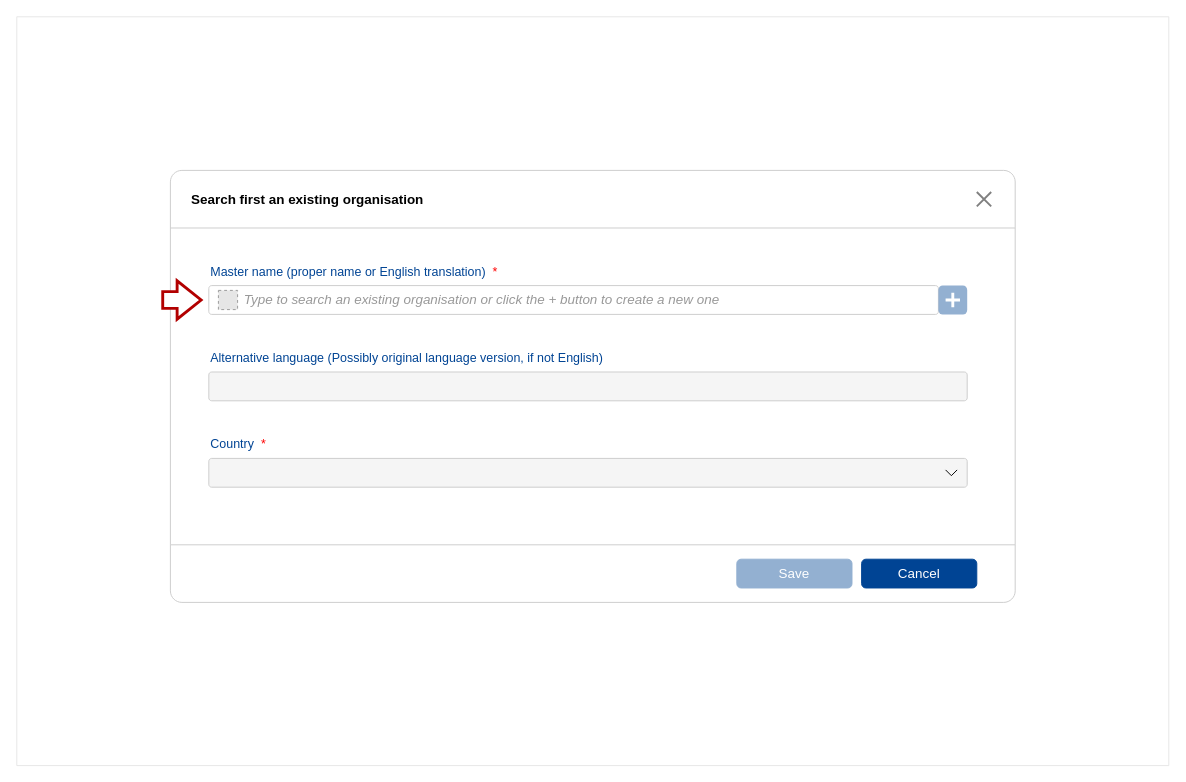
The draw.io diagram page "Page-Affiliation_org_search" (4 of 25) of test_corporate_contributors_ver_4.drawio in RyszardBudzinski/PUBSY_mockups, before the edit. Source tidied: cells renumbered, new cells numbered last; positions are measured from the earlier drawing's top-left corner, leaving out a move shared by most shapes. Both pictures are drawn from the tidied source at 96%, with x=0, y=0 at pixel (16, 16). Pictures stored in the file or linked from it are replaced by grey dashed boxes.
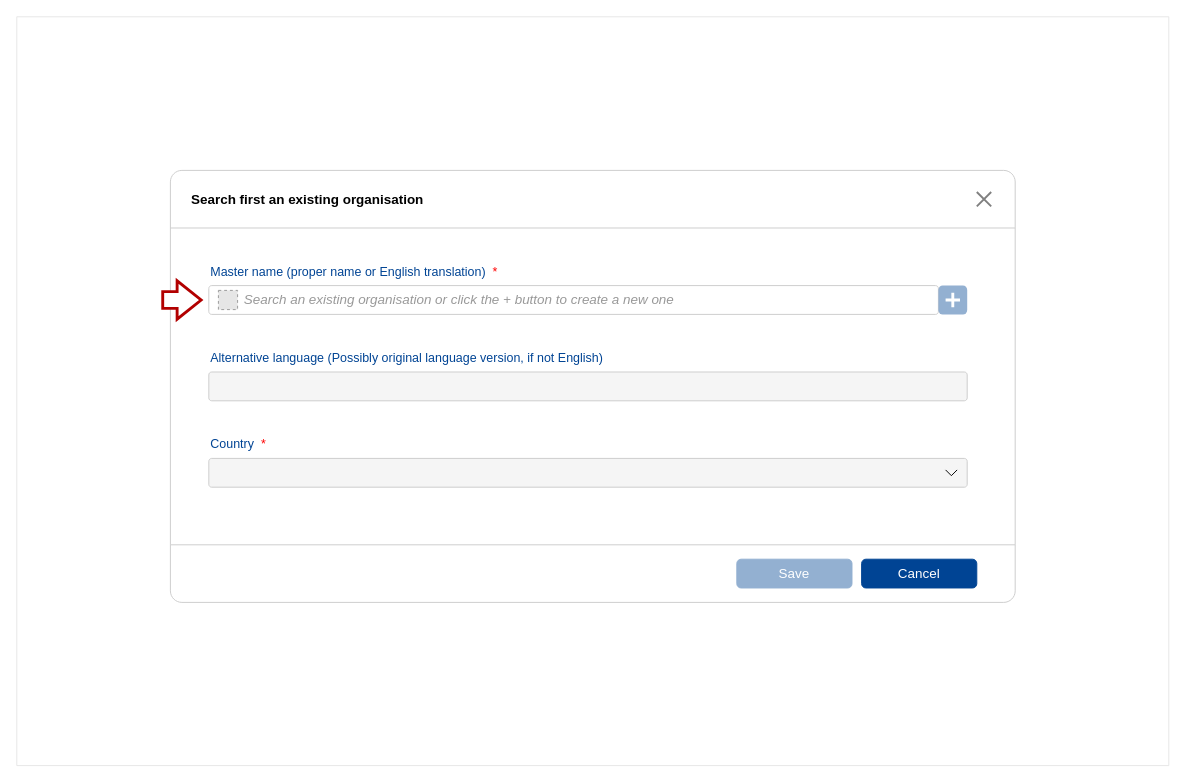
The same diagram, later.

Diff of the diagram source:
```diff
@@
-    <mxCell id="6" value="Type to search an existing organisation or click the + button to create a new one" style="verticalLabelPosition=middle;verticalAlign=middle;html=1;shape=mxgraph.basic.rect;fillColor2=none;strokeWidth=1;size=10;indent=5;labelPosition=center;align=left;spacingLeft=35;fontSize=14;rectStyle=rounded;absoluteCornerSize=0;strokeColor=#CCCCCC;fontColor=#999999;fontStyle=2;" parent="1" vertex="1">
+    <mxCell id="6" value="Search an existing organisation or click the + button to create a new one" style="verticalLabelPosition=middle;verticalAlign=middle;html=1;shape=mxgraph.basic.rect;fillColor2=none;strokeWidth=1;size=10;indent=5;labelPosition=center;align=left;spacingLeft=35;fontSize=14;rectStyle=rounded;absoluteCornerSize=0;strokeColor=#CCCCCC;fontColor=#999999;fontStyle=2;" parent="1" vertex="1">
       <mxGeometry x="200" y="280" width="760" height="30" as="geometry" />
     </mxCell>
```
